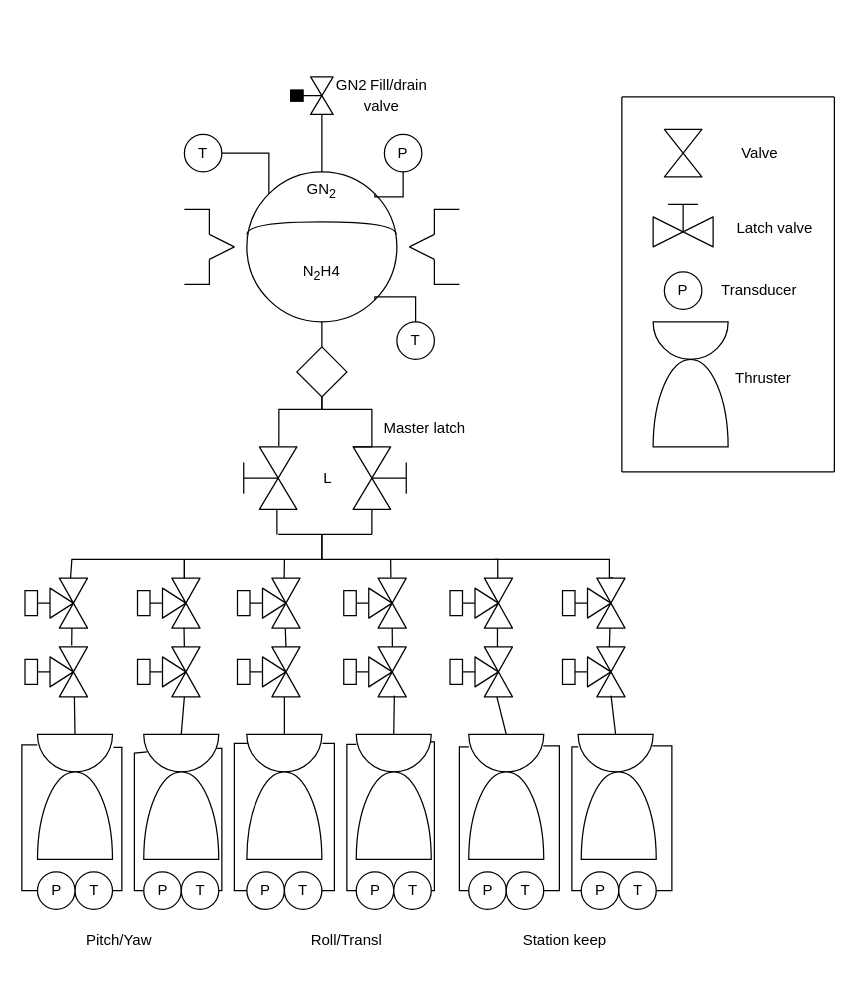
Above: Untitled Diagram.drawio in SM-737/AIAA-Pioneers-spacecraft-design-team (draw.io), before the change. Source tidied: cells renumbered, new cells numbered last; positions are measured from the earlier drawing's top-left corner, leaving out a move shared by most shapes. Both pictures are drawn from the tidied source at 125%, with x=0, y=0 at pixel (21, 76).
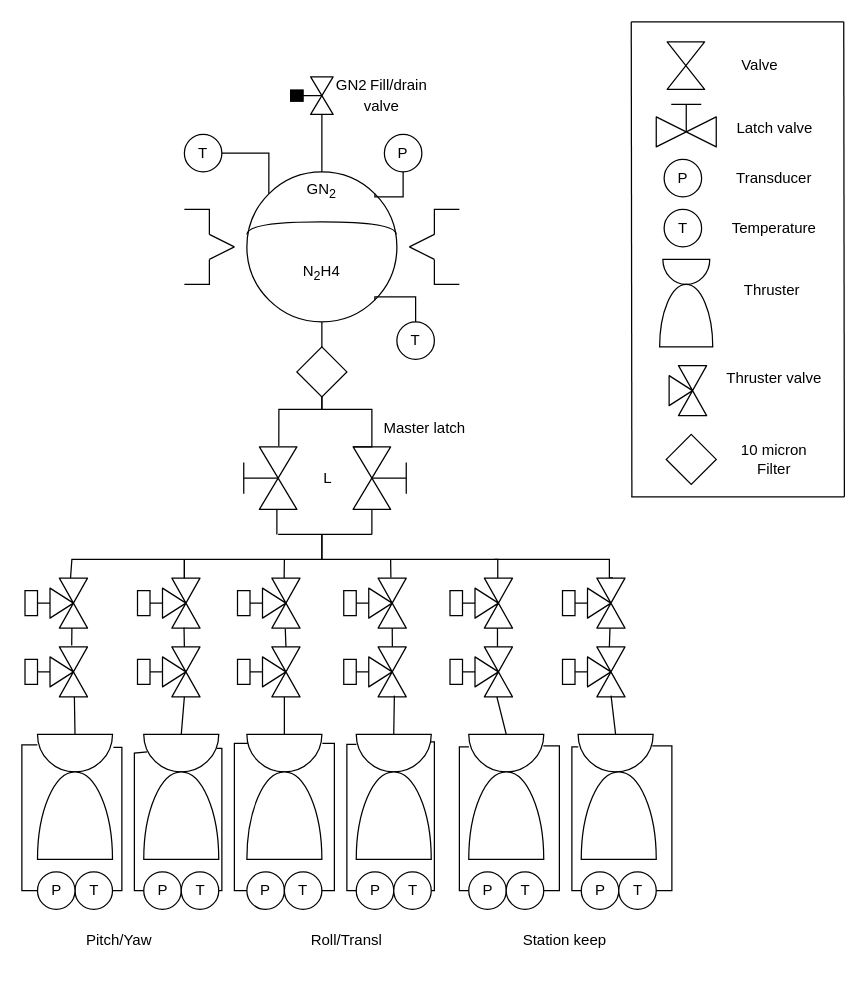
The same page after the edit.

Change to the diagram source:
```diff
@@
     <mxCell id="129" style="verticalLabelPosition=bottom;align=center;html=1;verticalAlign=top;dashed=0;shape=mxgraph.pid2valves.valve;valveType=gate;rotation=90;" parent="1" vertex="1">
-      <mxGeometry x="510" y="46" width="38" height="30" as="geometry" />
+      <mxGeometry x="512.2" y="-24" width="38" height="30" as="geometry" />
     </mxCell>
     <mxCell id="130" style="verticalLabelPosition=bottom;align=center;html=1;verticalAlign=top;dashed=0;shape=mxgraph.pid2valves.valve;valveType=gate;actuator=man;" parent="1" vertex="1">
-      <mxGeometry x="505" y="96" width="48" height="40" as="geometry" />
+      <mxGeometry x="507.5" y="16" width="48" height="40" as="geometry" />
     </mxCell>
     <mxCell id="131" value="P" style="ellipse;whiteSpace=wrap;html=1;" parent="1" vertex="1">
-      <mxGeometry x="514" y="156" width="30" height="30" as="geometry" />
+      <mxGeometry x="513.8" y="66" width="30" height="30" as="geometry" />
     </mxCell>
     <mxCell id="132" style="verticalLabelPosition=bottom;verticalAlign=top;html=1;shape=mxgraph.basic.half_circle;" parent="1" vertex="1">
-      <mxGeometry x="505" y="196" width="60" height="30" as="geometry" />
+      <mxGeometry x="512.8" y="146" width="37.5" height="20" as="geometry" />
     </mxCell>
     <mxCell id="133" style="verticalLabelPosition=bottom;verticalAlign=top;html=1;shape=mxgraph.basic.half_circle;rotation=-180;" parent="1" vertex="1">
-      <mxGeometry x="505" y="226" width="60" height="70" as="geometry" />
+      <mxGeometry x="510.2" y="166" width="42.5" height="50" as="geometry" />
     </mxCell>
     <mxCell id="134" value="Transducer" style="text;html=1;whiteSpace=wrap;strokeColor=none;fillColor=none;align=center;verticalAlign=middle;rounded=0;" parent="1" vertex="1">
-      <mxGeometry x="560" y="156" width="60" height="30" as="geometry" />
+      <mxGeometry x="572.2" y="66" width="60" height="30" as="geometry" />
     </mxCell>
     <mxCell id="135" value="Thruster&amp;nbsp;" style="text;html=1;whiteSpace=wrap;strokeColor=none;fillColor=none;align=center;verticalAlign=middle;rounded=0;" parent="1" vertex="1">
-      <mxGeometry x="565" y="226" width="60" height="30" as="geometry" />
+      <mxGeometry x="572.2" y="156" width="60" height="30" as="geometry" />
     </mxCell>
     <mxCell id="136" value="Latch valve" style="text;html=1;whiteSpace=wrap;strokeColor=none;fillColor=none;align=center;verticalAlign=middle;rounded=0;" parent="1" vertex="1">
-      <mxGeometry x="565" y="106" width="75" height="30" as="geometry" />
+      <mxGeometry x="564.8" y="26" width="75" height="30" as="geometry" />
     </mxCell>
     <mxCell id="137" value="Valve" style="text;html=1;whiteSpace=wrap;strokeColor=none;fillColor=none;align=center;verticalAlign=middle;rounded=0;" parent="1" vertex="1">
-      <mxGeometry x="553" y="46" width="75" height="30" as="geometry" />
+      <mxGeometry x="552.8" y="-24" width="75" height="30" as="geometry" />
     </mxCell>
     <mxCell id="138" style="endArrow=none;html=1;rounded=0;" parent="1" edge="1">
       <mxGeometry relative="1" as="geometry">
-        <mxPoint x="480" y="316" as="sourcePoint" />
-        <mxPoint x="480" y="16" as="targetPoint" />
+        <mxPoint x="488" y="336" as="sourcePoint" />
+        <mxPoint x="487.5" y="-44" as="targetPoint" />
       </mxGeometry>
     </mxCell>
     <mxCell id="139" style="endArrow=none;html=1;rounded=0;" parent="1" edge="1">
       <mxGeometry relative="1" as="geometry">
-        <mxPoint x="480" y="16" as="sourcePoint" />
-        <mxPoint x="650" y="16" as="targetPoint" />
+        <mxPoint x="487.5" y="-44" as="sourcePoint" />
+        <mxPoint x="657.5" y="-44" as="targetPoint" />
       </mxGeometry>
     </mxCell>
-    <mxCell id="140" style="endArrow=none;html=1;rounded=0;" parent="1" edge="1">
-      <mxGeometry relative="1" as="geometry">
-        <mxPoint x="480" y="316" as="sourcePoint" />
-        <mxPoint x="650" y="316" as="targetPoint" />
-      </mxGeometry>
-    </mxCell>
     <mxCell id="141" style="endArrow=none;html=1;rounded=0;" parent="1" edge="1">
       <mxGeometry relative="1" as="geometry">
-        <mxPoint x="650" y="316" as="sourcePoint" />
-        <mxPoint x="650" y="16" as="targetPoint" />
+        <mxPoint x="658" y="336" as="sourcePoint" />
+        <mxPoint x="657.5" y="-44" as="targetPoint" />
       </mxGeometry>
     </mxCell>
+    <mxCell id="142" value="T" style="ellipse;whiteSpace=wrap;html=1;" parent="1" vertex="1">
+      <mxGeometry x="513.8" y="106" width="30" height="30" as="geometry" />
+    </mxCell>
+    <mxCell id="143" value="Temperature" style="text;html=1;whiteSpace=wrap;strokeColor=none;fillColor=none;align=center;verticalAlign=middle;rounded=0;" parent="1" vertex="1">
+      <mxGeometry x="572.2" y="106" width="60" height="30" as="geometry" />
+    </mxCell>
+    <mxCell id="144" style="verticalLabelPosition=bottom;align=center;html=1;verticalAlign=top;dashed=0;shape=mxgraph.pid2valves.valve;valveType=threeWay;actuator=none;rotation=90;" parent="1" vertex="1">
+      <mxGeometry x="512.8" y="236" width="40" height="30" as="geometry" />
+    </mxCell>
+    <mxCell id="145" value="Thruster valve" style="text;html=1;whiteSpace=wrap;strokeColor=none;fillColor=none;align=center;verticalAlign=middle;rounded=0;" parent="1" vertex="1">
+      <mxGeometry x="562.2" y="226" width="80" height="30" as="geometry" />
+    </mxCell>
+    <mxCell id="146" style="rhombus;whiteSpace=wrap;html=1;" parent="1" vertex="1">
+      <mxGeometry x="515.5" y="286" width="40" height="40" as="geometry" />
+    </mxCell>
+    <mxCell id="147" value="10 micron Filter" style="text;html=1;whiteSpace=wrap;strokeColor=none;fillColor=none;align=center;verticalAlign=middle;rounded=0;" parent="1" vertex="1">
+      <mxGeometry x="572.2" y="291" width="60" height="30" as="geometry" />
+    </mxCell>
+    <mxCell id="148" style="endArrow=none;html=1;rounded=0;" parent="1" edge="1">
+      <mxGeometry relative="1" as="geometry">
+        <mxPoint x="658" y="336" as="sourcePoint" />
+        <mxPoint x="487.5" y="336" as="targetPoint" />
+      </mxGeometry>
+    </mxCell>
```
